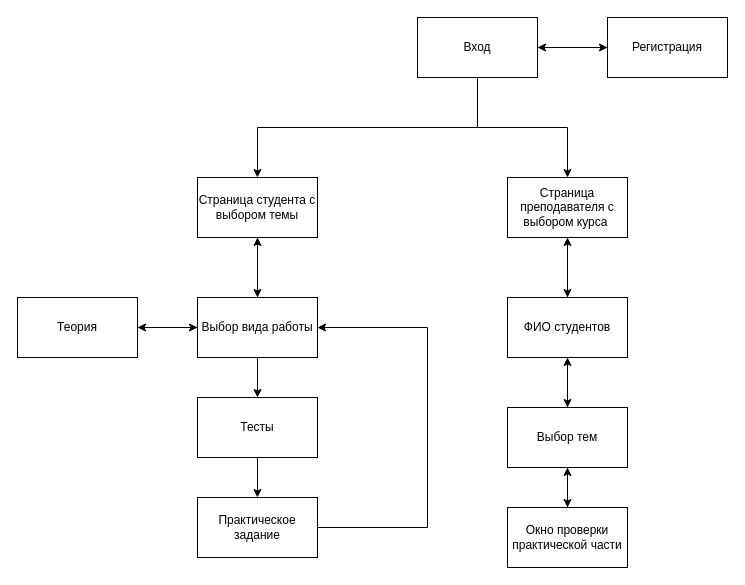
hellp31/Diplom keeps this draw.io diagram as Диаграмма без названия.drawio. Above is the earlier version. Source tidied: cells renumbered, new cells numbered last; positions are measured from the earlier drawing's top-left corner, leaving out a move shared by most shapes. Both pictures are drawn from the tidied source at 100%, with x=0, y=0 at pixel (17, 17).
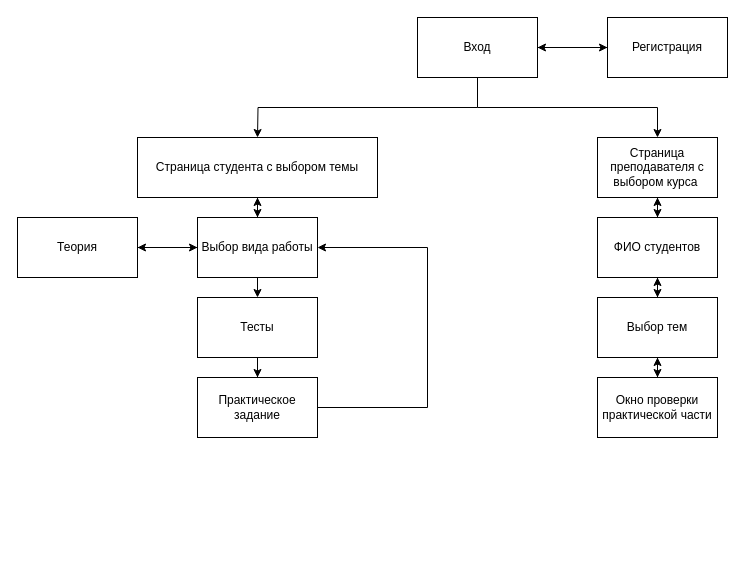
The same page after the edit.

The change refers to these unchanged cells:
```xml
<mxCell id="5" value="Вход" style="rounded=0;whiteSpace=wrap;html=1;" parent="1" vertex="1">
  <mxGeometry x="400" width="120" height="60" as="geometry" />
</mxCell>
```

The edit, as a diff of the source:
```diff
@@
-    <mxCell id="2" style="edgeStyle=orthogonalEdgeStyle;rounded=0;jettySize=auto;html=1;exitX=0.5;exitY=1;exitDx=0;exitDy=0;" parent="1" edge="1" source="5" target="9">
-      <mxGeometry relative="1" as="geometry" />
+    <mxCell id="2" style="edgeStyle=orthogonalEdgeStyle;rounded=0;jettySize=auto;html=1;exitX=0.5;exitY=1;exitDx=0;exitDy=0;" parent="1" edge="1" source="5">
+      <mxGeometry relative="1" as="geometry">
+        <mxPoint x="240" y="120" as="targetPoint" />
+      </mxGeometry>
     </mxCell>
-    <mxCell id="3" style="edgeStyle=orthogonalEdgeStyle;rounded=0;jettySize=auto;html=1;exitX=0.5;exitY=1;exitDx=0;exitDy=0;" parent="1" edge="1" source="5" target="7">
-      <mxGeometry relative="1" as="geometry" />
+    <mxCell id="3" style="edgeStyle=orthogonalEdgeStyle;rounded=0;jettySize=auto;html=1;exitX=0.5;exitY=1;exitDx=0;exitDy=0;entryX=0.5;entryY=0;entryDx=0;entryDy=0;" parent="1" edge="1" target="7">
+      <mxGeometry relative="1" as="geometry">
+        <mxPoint x="460" y="90" as="sourcePoint" />
+        <Array as="points">
+          <mxPoint x="640" y="90" />
+        </Array>
+      </mxGeometry>
     </mxCell>
@@
-    <mxCell id="6" style="edgeStyle=orthogonalEdgeStyle;rounded=0;jettySize=auto;html=1;" parent="1" edge="1" source="7">
-      <mxGeometry relative="1" as="geometry">
-        <mxPoint x="550" y="280" as="targetPoint" />
-      </mxGeometry>
+    <mxCell id="6" style="edgeStyle=orthogonalEdgeStyle;rounded=0;jettySize=auto;html=1;entryX=0.5;entryY=0;entryDx=0;entryDy=0;" parent="1" edge="1" source="7" target="22">
+      <mxGeometry relative="1" as="geometry" />
     </mxCell>
     <mxCell id="7" value="Страница преподавателя с выбором курса&lt;span style=&quot;background-color: transparent; color: light-dark(rgb(0, 0, 0), rgb(255, 255, 255));&quot;&gt;&amp;nbsp;&lt;/span&gt;" style="rounded=0;whiteSpace=wrap;html=1;" parent="1" vertex="1">
-      <mxGeometry x="490" y="160" width="120" height="60" as="geometry" />
+      <mxGeometry x="580" y="120" width="120" height="60" as="geometry" />
     </mxCell>
@@
     <mxCell id="9" value="Страница студента с выбором темы" style="rounded=0;whiteSpace=wrap;html=1;" parent="1" vertex="1">
-      <mxGeometry x="180" y="160" width="120" height="60" as="geometry" />
+      <mxGeometry x="120" y="120" width="240" height="60" as="geometry" />
     </mxCell>
@@
-    <mxCell id="12" style="edgeStyle=orthogonalEdgeStyle;rounded=0;jettySize=auto;html=1;" parent="1" edge="1" source="15" target="17">
+    <mxCell id="12" style="edgeStyle=orthogonalEdgeStyle;rounded=0;jettySize=auto;html=1;entryX=1;entryY=0.5;entryDx=0;entryDy=0;" parent="1" edge="1" source="15" target="17">
       <mxGeometry relative="1" as="geometry">
         <Array as="points">
-          <mxPoint x="180" y="310" />
-          <mxPoint x="180" y="310" />
+          <mxPoint x="140" y="230" />
+          <mxPoint x="140" y="230" />
         </Array>
       </mxGeometry>
     </mxCell>
@@
     <mxCell id="14" style="edgeStyle=orthogonalEdgeStyle;rounded=0;jettySize=auto;html=1;entryX=0.5;entryY=0;entryDx=0;entryDy=0;" parent="1" edge="1" source="15" target="19">
       <mxGeometry relative="1" as="geometry">
         <Array as="points">
-          <mxPoint x="240" y="260" />
-          <mxPoint x="240" y="260" />
+          <mxPoint x="240" y="220" />
+          <mxPoint x="240" y="220" />
         </Array>
       </mxGeometry>
     </mxCell>
     <mxCell id="15" value="Выбор вида работы" style="rounded=0;whiteSpace=wrap;html=1;" parent="1" vertex="1">
-      <mxGeometry x="180" y="280" width="120" height="60" as="geometry" />
+      <mxGeometry x="180" y="200" width="120" height="60" as="geometry" />
     </mxCell>
@@
     <mxCell id="17" value="Теория" style="rounded=0;whiteSpace=wrap;html=1;" parent="1" vertex="1">
-      <mxGeometry y="280" width="120" height="60" as="geometry" />
+      <mxGeometry y="200" width="120" height="60" as="geometry" />
     </mxCell>
@@
     <mxCell id="19" value="Тесты" style="rounded=0;whiteSpace=wrap;html=1;" parent="1" vertex="1">
-      <mxGeometry x="180" y="380" width="120" height="60" as="geometry" />
+      <mxGeometry x="180" y="280" width="120" height="60" as="geometry" />
     </mxCell>
@@
     <mxCell id="22" value="ФИО студентов" style="rounded=0;whiteSpace=wrap;html=1;" parent="1" vertex="1">
-      <mxGeometry x="490" y="280" width="120" height="60" as="geometry" />
+      <mxGeometry x="580" y="200" width="120" height="60" as="geometry" />
     </mxCell>
@@
     <mxCell id="25" value="Выбор тем" style="rounded=0;whiteSpace=wrap;html=1;" parent="1" vertex="1">
-      <mxGeometry x="490" y="390" width="120" height="60" as="geometry" />
+      <mxGeometry x="580" y="280" width="120" height="60" as="geometry" />
     </mxCell>
@@
     <mxCell id="27" value="Окно проверки практической части" style="rounded=0;whiteSpace=wrap;html=1;" parent="1" vertex="1">
-      <mxGeometry x="490" y="490" width="120" height="60" as="geometry" />
+      <mxGeometry x="580" y="360" width="120" height="60" as="geometry" />
     </mxCell>
-    <mxCell id="28" style="edgeStyle=orthogonalEdgeStyle;rounded=0;jettySize=auto;html=1;entryX=1;entryY=0.5;entryDx=0;entryDy=0;" parent="1" edge="1" source="29" target="15">
+    <mxCell id="28" style="edgeStyle=orthogonalEdgeStyle;rounded=0;jettySize=auto;html=1;entryX=1;entryY=0.5;entryDx=0;entryDy=0;exitX=1;exitY=0.5;exitDx=0;exitDy=0;" parent="1" edge="1" source="29" target="15">
       <mxGeometry relative="1" as="geometry">
         <Array as="points">
-          <mxPoint x="410" y="510" />
-          <mxPoint x="410" y="310" />
+          <mxPoint x="410" y="390" />
+          <mxPoint x="410" y="230" />
         </Array>
       </mxGeometry>
     </mxCell>
     <mxCell id="29" value="Практическое задание" style="rounded=0;whiteSpace=wrap;html=1;" parent="1" vertex="1">
-      <mxGeometry x="180" y="480" width="120" height="60" as="geometry" />
+      <mxGeometry x="180" y="360" width="120" height="60" as="geometry" />
     </mxCell>
```
